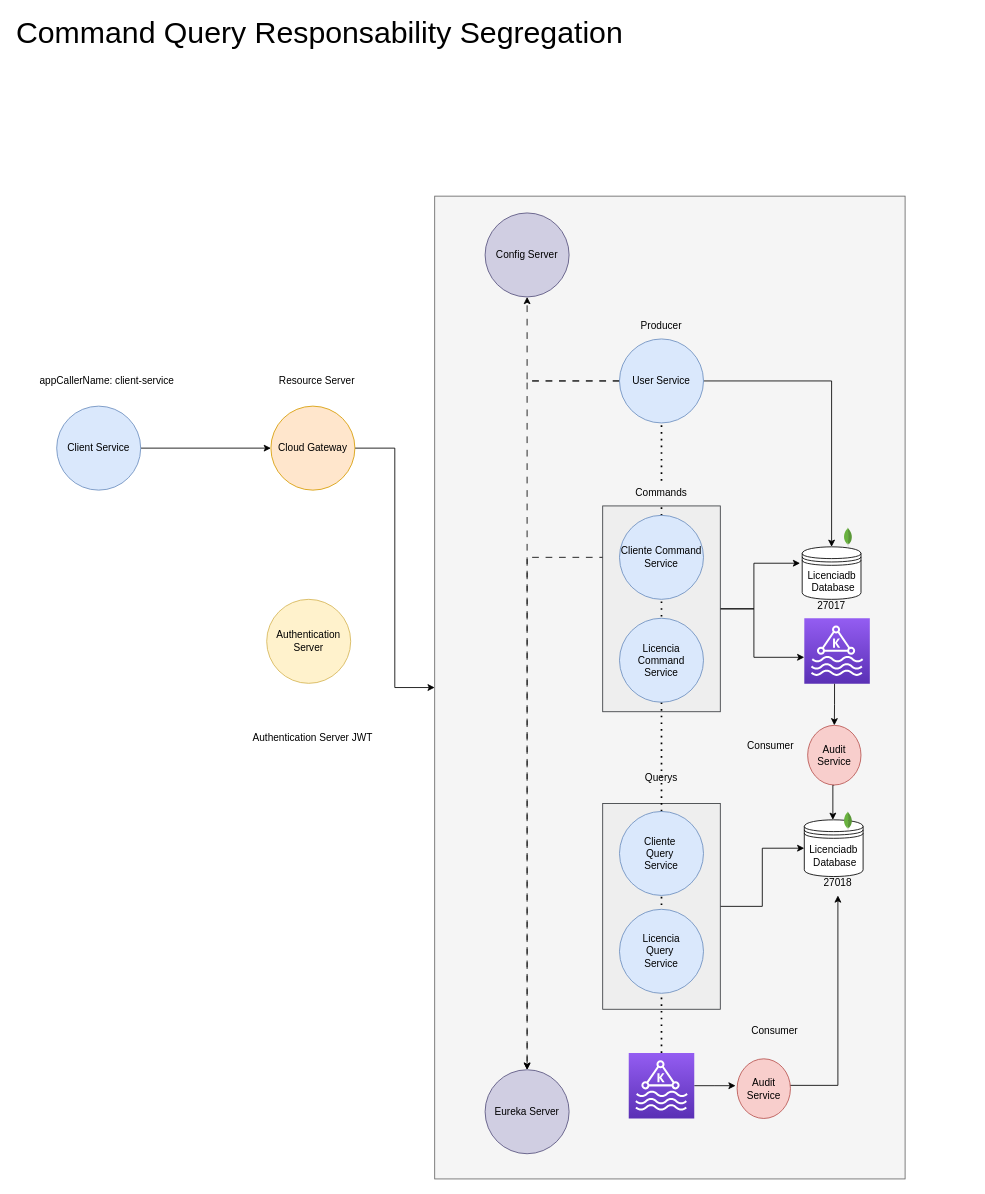
hjara/mscloud-mito keeps this draw.io diagram as Arquitectura Proyecto - Licencia Conducir.drawio. Above is the earlier version. Source tidied: cells renumbered, new cells numbered last; positions are measured from the earlier drawing's top-left corner, leaving out a move shared by most shapes. Both pictures are drawn from the tidied source at 84%, with x=0, y=0 at pixel (14, 19).
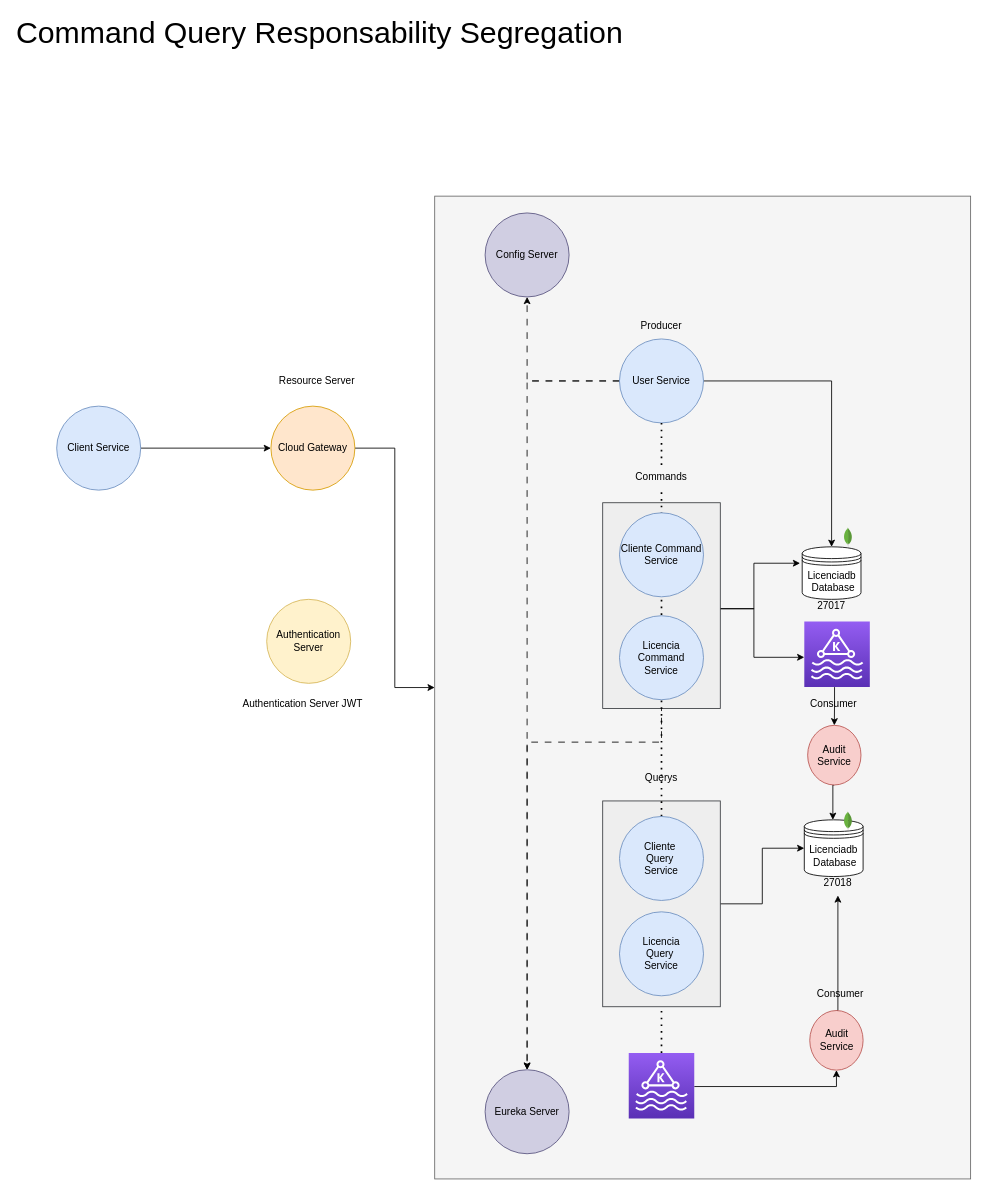
After the change.

Unchanged cells that the change refers to:
```xml
<mxCell id="4" value="Eureka Server" style="ellipse;whiteSpace=wrap;html=1;fillColor=#d0cee2;strokeColor=#56517e;" parent="1" vertex="1">
  <mxGeometry x="560" y="1250" width="100" height="100" as="geometry" />
</mxCell>
<mxCell id="21" style="sketch=0;points=[[0,0,0],[0.25,0,0],[0.5,0,0],[0.75,0,0],[1,0,0],[0,1,0],[0.25,1,0],[0.5,1,0],[0.75,1,0],[1,1,0],[0,0.25,0],[0,0.5,0],[0,0.75,0],[1,0.25,0],[1,0.5,0],[1,0.75,0]];outlineConnect=0;fontColor=#232F3E;gradientColor=#945DF2;gradientDirection=north;fillColor=#5A30B5;strokeColor=#ffffff;dashed=0;verticalLabelPosition=bottom;verticalAlign=top;align=center;html=1;fontSize=12;fontStyle=0;shape=mxgraph.aws4.resourceIcon;resIcon=mxgraph.aws4.managed_streaming_for_kafka;" parent="1" vertex="1">
  <mxGeometry x="731" y="1230" width="78" height="78" as="geometry" />
</mxCell>
<mxCell id="46" value="27018" style="text;html=1;strokeColor=none;fillColor=none;align=center;verticalAlign=middle;whiteSpace=wrap;rounded=0;" parent="1" vertex="1">
  <mxGeometry x="935" y="1012.5" width="90" height="30" as="geometry" />
</mxCell>
```

What changed in the source:
```diff
@@
     <mxCell id="2" style="rounded=0;whiteSpace=wrap;html=1;fillColor=#f5f5f5;fontColor=#333333;strokeColor=#666666;" parent="1" vertex="1">
-      <mxGeometry x="500" y="210" width="560" height="1170" as="geometry" />
+      <mxGeometry x="500" y="210" width="638" height="1170" as="geometry" />
     </mxCell>
@@
     <mxCell id="9" style="edgeStyle=orthogonalEdgeStyle;rounded=0;jettySize=auto;html=1;dashed=1;dashPattern=8 8;" parent="1" edge="1" source="39" target="4">
-      <mxGeometry relative="1" as="geometry" />
+      <mxGeometry relative="1" as="geometry">
+        <Array as="points">
+          <mxPoint x="770" y="860" />
+          <mxPoint x="610" y="860" />
+        </Array>
+      </mxGeometry>
     </mxCell>
@@
     <mxCell id="17" value="Authentication Server JWT" style="text;html=1;strokeColor=none;fillColor=none;align=center;verticalAlign=middle;whiteSpace=wrap;rounded=0;" parent="1" vertex="1">
-      <mxGeometry x="260" y="840" width="190" height="30" as="geometry" />
+      <mxGeometry x="248" y="800" width="190" height="30" as="geometry" />
     </mxCell>
@@
-    <mxCell id="19" style="edgeStyle=orthogonalEdgeStyle;rounded=0;jettySize=auto;html=1;exitX=0.988;exitY=0.445;exitDx=0;exitDy=0;exitPerimeter=0;" parent="1" edge="1" source="49" target="46">
+    <mxCell id="19" style="edgeStyle=orthogonalEdgeStyle;rounded=0;jettySize=auto;html=1;exitX=0.5;exitY=0;exitDx=0;exitDy=0;" parent="1" edge="1" source="49" target="46">
       <mxGeometry relative="1" as="geometry">
         <Array as="points">
-          <mxPoint x="980" y="1269" />
+          <mxPoint x="980" y="1179" />
         </Array>
       </mxGeometry>
     </mxCell>
-    <mxCell id="20" style="edgeStyle=orthogonalEdgeStyle;rounded=0;jettySize=auto;html=1;" parent="1" edge="1" source="21">
+    <mxCell id="20" style="edgeStyle=orthogonalEdgeStyle;rounded=0;jettySize=auto;html=1;entryX=0.5;entryY=1;entryDx=0;entryDy=0;" parent="1" edge="1" source="21" target="49">
       <mxGeometry relative="1" as="geometry">
-        <mxPoint x="858.2" y="1269" as="targetPoint" />
+        <Array as="points">
+          <mxPoint x="978" y="1270" />
+        </Array>
       </mxGeometry>
     </mxCell>
@@
     <mxCell id="22" value="Consumer" style="text;html=1;strokeColor=none;fillColor=none;align=center;verticalAlign=middle;whiteSpace=wrap;rounded=0;" parent="1" vertex="1">
-      <mxGeometry x="875" y="1189" width="60" height="30" as="geometry" />
+      <mxGeometry x="953" y="1145" width="60" height="30" as="geometry" />
     </mxCell>
@@
-    <mxCell id="25" value="appCallerName: client-service" style="text;html=1;strokeColor=none;fillColor=none;align=center;verticalAlign=middle;whiteSpace=wrap;rounded=0;" parent="1" vertex="1">
-      <mxGeometry x="20" y="415" width="180" height="30" as="geometry" />
-    </mxCell>
@@
     <mxCell id="29" style="rounded=0;whiteSpace=wrap;html=1;fillColor=#eeeeee;strokeColor=#36393d;" parent="1" vertex="1">
-      <mxGeometry x="700" y="578.8" width="140" height="245" as="geometry" />
+      <mxGeometry x="700" y="575" width="140" height="245" as="geometry" />
     </mxCell>
@@
     <mxCell id="31" style="rounded=0;whiteSpace=wrap;html=1;fillColor=#eeeeee;strokeColor=#36393d;" parent="1" vertex="1">
-      <mxGeometry x="700" y="933" width="140" height="245" as="geometry" />
+      <mxGeometry x="700" y="930" width="140" height="245" as="geometry" />
     </mxCell>
@@
-    <mxCell id="35" style="endArrow=none;dashed=1;html=1;dashPattern=1 3;strokeWidth=2;rounded=0;" parent="1" edge="1" source="21" target="36">
+    <mxCell id="35" style="endArrow=none;dashed=1;html=1;dashPattern=1 3;strokeWidth=2;rounded=0;" parent="1" edge="1" source="21">
       <mxGeometry relative="1" as="geometry">
+        <mxPoint x="768" y="1180" as="targetPoint" />
         <Array as="points">
           <mxPoint x="770" y="1180" />
         </Array>
       </mxGeometry>
     </mxCell>
     <mxCell id="36" value="&lt;div&gt;Cliente&amp;nbsp;&lt;/div&gt;&lt;div&gt;Query&amp;nbsp;&lt;/div&gt;&lt;div&gt;Service&lt;/div&gt;" style="ellipse;whiteSpace=wrap;html=1;fillColor=#dae8fc;strokeColor=#6c8ebf;" parent="1" vertex="1">
-      <mxGeometry x="720" y="942.5" width="100" height="100" as="geometry" />
+      <mxGeometry x="720" y="948.5" width="100" height="100" as="geometry" />
     </mxCell>
     <mxCell id="37" value="Commands" style="text;html=1;strokeColor=none;fillColor=none;align=center;verticalAlign=middle;whiteSpace=wrap;rounded=0;" parent="1" vertex="1">
-      <mxGeometry x="700" y="548.8" width="140" height="30" as="geometry" />
+      <mxGeometry x="700" y="530" width="140" height="30" as="geometry" />
     </mxCell>
@@
     <mxCell id="39" value="Cliente Command Service" style="ellipse;whiteSpace=wrap;html=1;fillColor=#dae8fc;strokeColor=#6c8ebf;" parent="1" vertex="1">
-      <mxGeometry x="720" y="590" width="100" height="100" as="geometry" />
+      <mxGeometry x="720" y="587" width="100" height="100" as="geometry" />
     </mxCell>
     <mxCell id="40" value="Licencia Command Service" style="ellipse;whiteSpace=wrap;html=1;fillColor=#dae8fc;strokeColor=#6c8ebf;" parent="1" vertex="1">
-      <mxGeometry x="720" y="712.5" width="100" height="100" as="geometry" />
+      <mxGeometry x="720" y="709.5" width="100" height="100" as="geometry" />
     </mxCell>
     <mxCell id="41" value="&lt;div&gt;Licencia&lt;/div&gt;&lt;div&gt;Query&amp;nbsp;&lt;/div&gt;&lt;div&gt;Service&lt;/div&gt;" style="ellipse;whiteSpace=wrap;html=1;fillColor=#dae8fc;strokeColor=#6c8ebf;" parent="1" vertex="1">
-      <mxGeometry x="720" y="1059" width="100" height="100" as="geometry" />
+      <mxGeometry x="720" y="1062" width="100" height="100" as="geometry" />
     </mxCell>
@@
     <mxCell id="43" style="sketch=0;points=[[0,0,0],[0.25,0,0],[0.5,0,0],[0.75,0,0],[1,0,0],[0,1,0],[0.25,1,0],[0.5,1,0],[0.75,1,0],[1,1,0],[0,0.25,0],[0,0.5,0],[0,0.75,0],[1,0.25,0],[1,0.5,0],[1,0.75,0]];outlineConnect=0;fontColor=#232F3E;gradientColor=#945DF2;gradientDirection=north;fillColor=#5A30B5;strokeColor=#ffffff;dashed=0;verticalLabelPosition=bottom;verticalAlign=top;align=center;html=1;fontSize=12;fontStyle=0;shape=mxgraph.aws4.resourceIcon;resIcon=mxgraph.aws4.managed_streaming_for_kafka;" parent="1" vertex="1">
-      <mxGeometry x="940" y="712.5" width="78" height="78" as="geometry" />
+      <mxGeometry x="940" y="716.5" width="78" height="78" as="geometry" />
     </mxCell>
@@
     <mxCell id="45" value="Consumer" style="text;html=1;strokeColor=none;fillColor=none;align=center;verticalAlign=middle;whiteSpace=wrap;rounded=0;" parent="1" vertex="1">
-      <mxGeometry x="830" y="850" width="140" height="30" as="geometry" />
+      <mxGeometry x="905" y="800" width="140" height="30" as="geometry" />
     </mxCell>
@@
     <mxCell id="49" value="Audit Service" style="ellipse;whiteSpace=wrap;html=1;fillColor=#f8cecc;strokeColor=#b85450;" parent="1" vertex="1">
-      <mxGeometry x="860" y="1237" width="63.5" height="71" as="geometry" />
+      <mxGeometry x="946.5" y="1179.5" width="63.5" height="71" as="geometry" />
     </mxCell>
```
